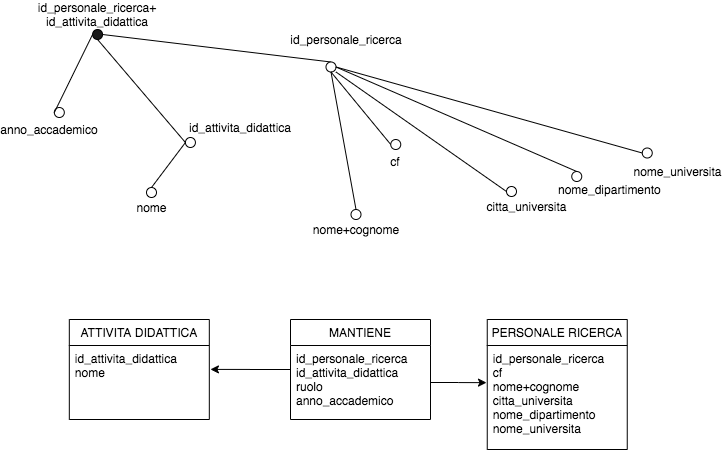
The draw.io diagram res/attribute's_tree/mantiene/Mantiene_fatto_star.png in dariocurr/bdm_project, before a commit. Source tidied: cells renumbered, new cells last; positions are measured from the earlier drawing's top-left corner, leaving out a move shared by most shapes.
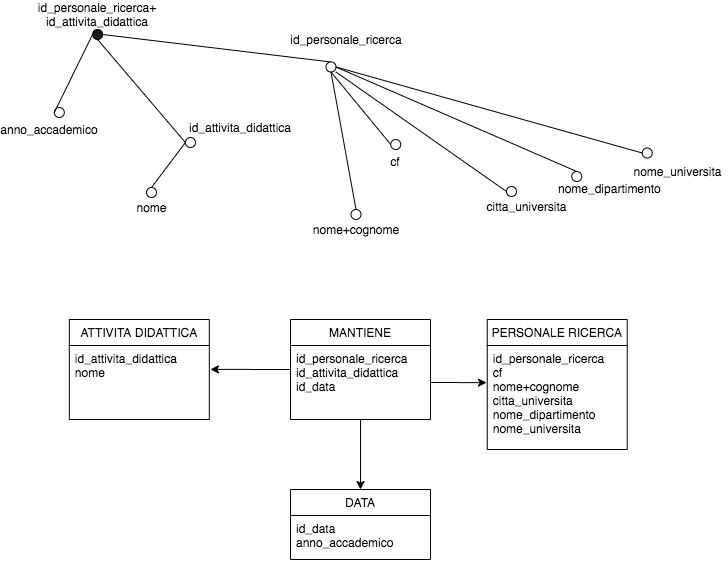
After the change.

Commit message:
rimosso ruolo, inserita tabella data

Change to the diagram source:
```diff
@@ -83,10 +83,15 @@
     <mxCell id="28" style="edgeStyle=orthogonalEdgeStyle;rounded=0;jettySize=auto;html=1;entryX=1.008;entryY=0.323;entryDx=0;entryDy=0;entryPerimeter=0;" parent="1" edge="1" source="29" target="32">
       <mxGeometry relative="1" as="geometry" />
     </mxCell>
+    <mxCell id="39" style="edgeStyle=orthogonalEdgeStyle;rounded=0;jettySize=auto;html=1;" parent="1" edge="1" source="29">
+      <mxGeometry relative="1" as="geometry">
+        <mxPoint x="331" y="485" as="targetPoint" />
+      </mxGeometry>
+    </mxCell>
     <mxCell id="29" value="MANTIENE" style="swimlane;fontStyle=0;horizontal=1;startSize=26;fillColor=none;" parent="1" vertex="1">
       <mxGeometry x="261" y="315" width="140" height="100" as="geometry" />
     </mxCell>
-    <mxCell id="30" value="id_personale_ricerca&#10;id_attivita_didattica&#10;ruolo&#10;anno_accademico" style="text;strokeColor=none;fillColor=none;align=left;verticalAlign=top;spacingLeft=4;spacingRight=4;overflow=hidden;points=[[0,0.5],[1,0.5]];portConstraint=eastwest;" parent="29" vertex="1">
+    <mxCell id="30" value="id_personale_ricerca&#10;id_attivita_didattica&#10;id_data" style="text;strokeColor=none;fillColor=none;align=left;verticalAlign=top;spacingLeft=4;spacingRight=4;overflow=hidden;points=[[0,0.5],[1,0.5]];portConstraint=eastwest;" parent="29" vertex="1">
       <mxGeometry y="26" width="140" height="74" as="geometry" />
     </mxCell>
     <mxCell id="31" value="ATTIVITA DIDATTICA" style="swimlane;fontStyle=0;horizontal=1;startSize=26;fillColor=none;" parent="1" vertex="1">
@@ -115,5 +120,11 @@
         <mxPoint x="457" y="378.1" as="targetPoint" />
       </mxGeometry>
     </mxCell>
+    <mxCell id="40" value="DATA" style="swimlane;fontStyle=0;horizontal=1;startSize=26;fillColor=none;" parent="1" vertex="1">
+      <mxGeometry x="261" y="485" width="140" height="70" as="geometry" />
+    </mxCell>
+    <mxCell id="41" value="id_data&#10;anno_accademico" style="text;strokeColor=none;fillColor=none;align=left;verticalAlign=top;spacingLeft=4;spacingRight=4;overflow=hidden;" parent="40" vertex="1">
+      <mxGeometry y="26" width="140" height="44" as="geometry" />
+    </mxCell>
   </root>
 </mxGraphModel>
```
